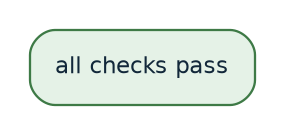
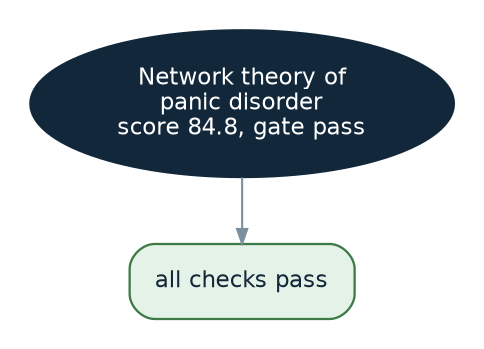
digraph development_roadmap {
  graph [rankdir=TB, bgcolor="transparent", fontname="Helvetica", fontsize=11, pad="0.2", nodesep="0.3", ranksep="0.45"];
  node [fontname="Helvetica", fontsize=11, shape=box, style="rounded,filled", color="#33567A", fillcolor="#F2F6F9", fontcolor="#12283A", penwidth=1.1, margin="0.16,0.1"];
  edge [fontname="Helvetica", fontsize=10, color="#7B909F", fontcolor="#0F6E6E", arrowsize=0.7];
+   "roadmap" [shape=ellipse, label="Network theory of\npanic disorder\nscore 84.8, gate pass", fillcolor="#12283A", color="#12283A", fontcolor="#FFFFFF"];
  "all_checks_pass" [label="all checks pass", fillcolor="#E5F2E7", color="#3E7A46"];
+   "roadmap" -> "all_checks_pass";
}
